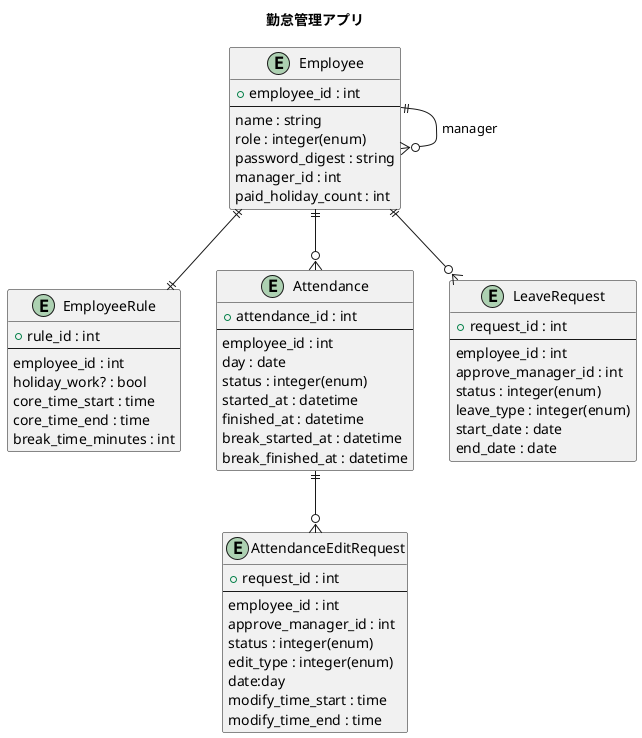
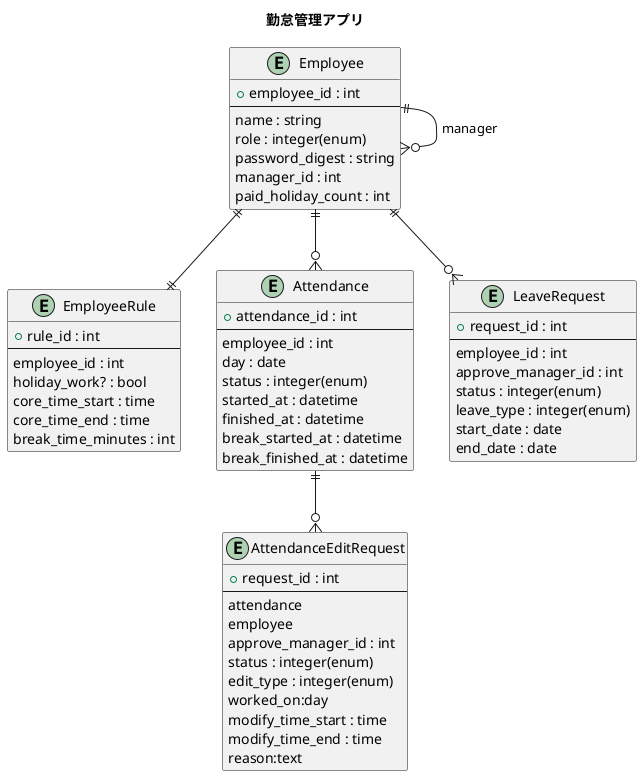
@startuml
title 勤怠管理アプリ

entity Employee {
  + employee_id : int
  --
  name : string
  role : integer(enum)
  password_digest : string
  manager_id : int
  paid_holiday_count : int
}
Employee ||--o{ Employee : manager

entity EmployeeRule {
  + rule_id : int
  --
  employee_id : int
  holiday_work? : bool
  core_time_start : time
  core_time_end : time
  break_time_minutes : int
}

Employee ||--||EmployeeRule

entity Attendance {
  + attendance_id : int
  --
  employee_id : int
  day : date
  status : integer(enum)
  started_at : datetime
  finished_at : datetime
  break_started_at : datetime
  break_finished_at : datetime
}

entity AttendanceEditRequest{
  + request_id : int
  --
-   employee_id : int
+   attendance
+   employee
  approve_manager_id : int
  status : integer(enum)
  edit_type : integer(enum)
-   date:day
+   worked_on:day
  modify_time_start : time
  modify_time_end : time
+   reason:text
}

entity LeaveRequest{
  + request_id : int
  --
  employee_id : int
  approve_manager_id : int
  status : integer(enum)
  leave_type : integer(enum)
  start_date : date
  end_date : date
}

Employee ||--o{ Attendance
Employee ||--o{ LeaveRequest
Attendance ||--o{ AttendanceEditRequest


@enduml